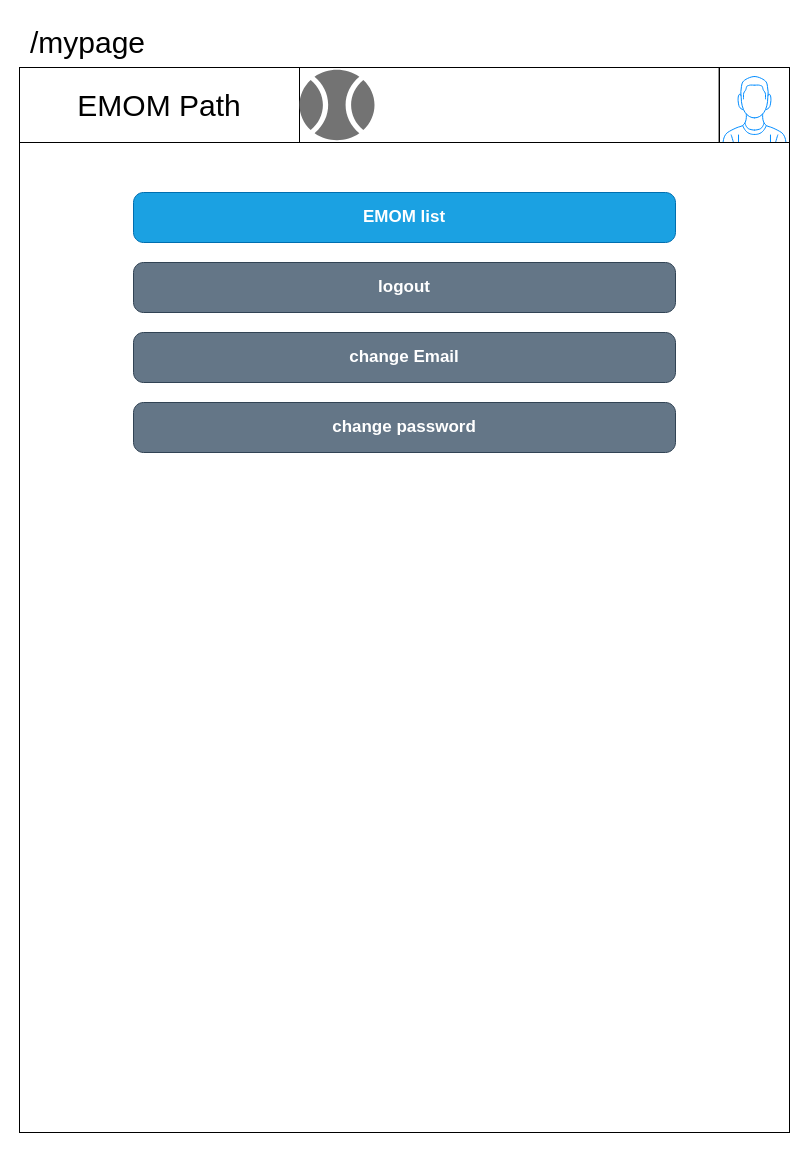
Above: page "/auth/mypage" (3 of 16) of blueprints/emompath_WF.dio in Shuheitkhs/emompath (draw.io), before the change. Source tidied: cells renumbered, new cells numbered last; positions are measured from the earlier drawing's top-left corner, leaving out a move shared by most shapes. Both pictures are drawn from the tidied source at 100%, with x=0, y=0 at pixel (17, 17).
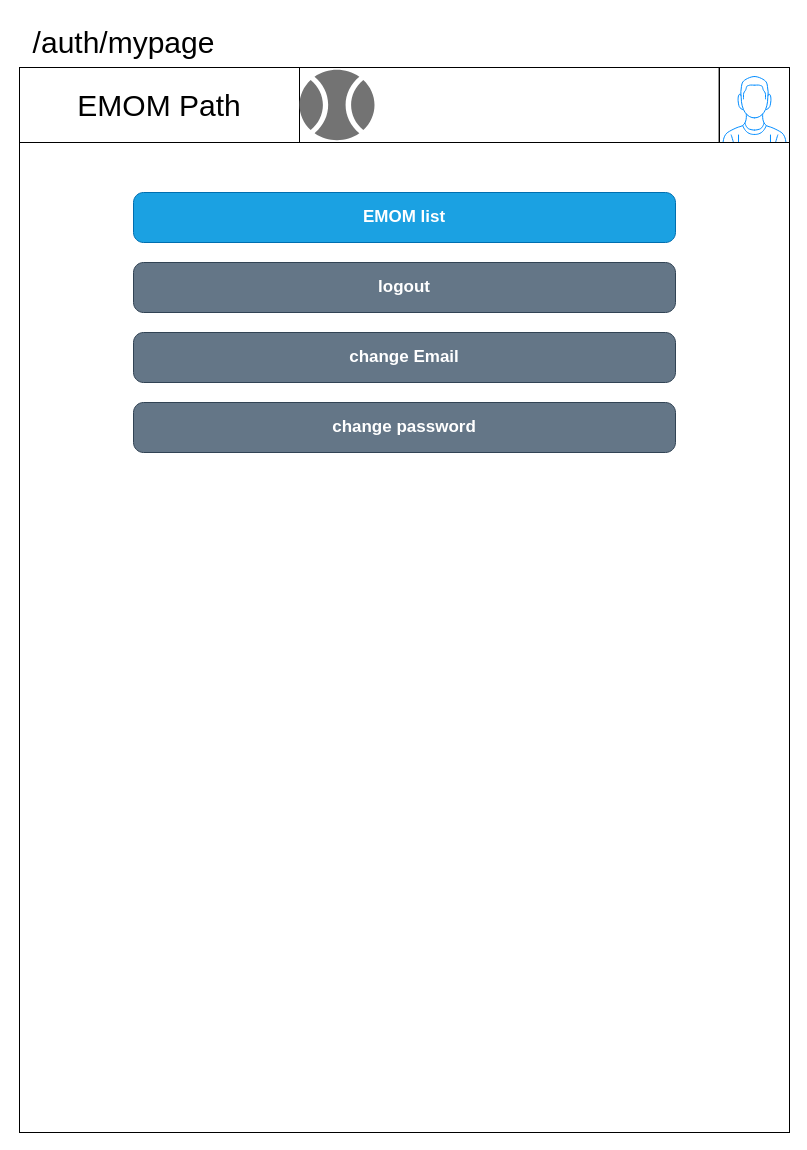
After the change.

Diff of the diagram source:
```diff
@@
 <mxGraphModel>
   <root>
     <mxCell id="0" />
     <mxCell id="1" parent="0" />
     <mxCell id="2" style="rhombus;whiteSpace=wrap;html=1;" parent="1" vertex="1">
       <mxGeometry x="352" y="515" width="80" height="80" as="geometry" />
     </mxCell>
-    <mxCell id="3" value="&lt;font style=&quot;font-size: 30px;&quot;&gt;/mypage&lt;/font&gt;" style="text;html=1;align=center;verticalAlign=middle;strokeColor=none;fillColor=none;" parent="1" vertex="1">
-      <mxGeometry width="140" height="50" as="geometry" />
+    <mxCell id="3" value="&lt;font style=&quot;font-size: 30px;&quot;&gt;/auth/mypage&lt;/font&gt;" style="text;html=1;align=center;verticalAlign=middle;strokeColor=none;fillColor=none;" parent="1" vertex="1">
+      <mxGeometry x="1" width="210" height="50" as="geometry" />
     </mxCell>
     <mxCell id="4" style="rounded=0;whiteSpace=wrap;html=1;fontSize=30;" parent="1" vertex="1">
       <mxGeometry x="2" y="50" width="770" height="1065" as="geometry" />
     </mxCell>
     <mxCell id="5" style="rounded=0;whiteSpace=wrap;html=1;fontSize=30;" parent="1" vertex="1">
       <mxGeometry x="2" y="50" width="770" height="75" as="geometry" />
     </mxCell>
     <mxCell id="6" value="EMOM Path" style="rounded=0;whiteSpace=wrap;html=1;fontSize=30;" parent="1" vertex="1">
       <mxGeometry x="2" y="50" width="280" height="75" as="geometry" />
     </mxCell>
     <mxCell id="7" style="dashed=0;verticalLabelPosition=bottom;verticalAlign=top;align=center;shape=mxgraph.gmdl.sports;strokeColor=none;fillColor=#737373;shadow=0;sketch=0;fontSize=30;" parent="1" vertex="1">
       <mxGeometry x="282" y="50" width="75" height="75" as="geometry" />
     </mxCell>
     <mxCell id="8" value="logout" style="strokeWidth=1;shadow=0;dashed=0;align=center;html=1;shape=mxgraph.mockup.buttons.button;strokeColor=#314354;fontColor=#ffffff;mainText=;buttonStyle=round;fontSize=17;fontStyle=1;fillColor=#647687;whiteSpace=wrap;" parent="1" vertex="1">
       <mxGeometry x="116" y="245" width="542" height="50" as="geometry" />
     </mxCell>
     <mxCell id="9" value="change Email" style="strokeWidth=1;shadow=0;dashed=0;align=center;html=1;shape=mxgraph.mockup.buttons.button;strokeColor=#314354;fontColor=#ffffff;mainText=;buttonStyle=round;fontSize=17;fontStyle=1;fillColor=#647687;whiteSpace=wrap;" parent="1" vertex="1">
       <mxGeometry x="116" y="315" width="542" height="50" as="geometry" />
     </mxCell>
     <mxCell id="10" value="change password" style="strokeWidth=1;shadow=0;dashed=0;align=center;html=1;shape=mxgraph.mockup.buttons.button;strokeColor=#314354;fontColor=#ffffff;mainText=;buttonStyle=round;fontSize=17;fontStyle=1;fillColor=#647687;whiteSpace=wrap;" parent="1" vertex="1">
       <mxGeometry x="116" y="385" width="542" height="50" as="geometry" />
     </mxCell>
     <mxCell id="11" value="delete account" style="strokeWidth=1;shadow=0;dashed=0;align=center;html=1;shape=mxgraph.mockup.buttons.button;strokeColor=none;fontColor=#ffffff;mainText=;buttonStyle=round;fontSize=17;fontStyle=5;fillColor=none;whiteSpace=wrap;" parent="1" vertex="1">
       <mxGeometry x="116" y="520" width="542" height="50" as="geometry" />
     </mxCell>
     <mxCell id="12" value="EMOM list" style="strokeWidth=1;shadow=0;dashed=0;align=center;html=1;shape=mxgraph.mockup.buttons.button;strokeColor=#006EAF;fontColor=#ffffff;mainText=;buttonStyle=round;fontSize=17;fontStyle=1;fillColor=#1ba1e2;whiteSpace=wrap;" parent="1" vertex="1">
       <mxGeometry x="116" y="175" width="542" height="50" as="geometry" />
     </mxCell>
     <mxCell id="13" style="verticalLabelPosition=bottom;shadow=0;dashed=0;align=center;html=1;verticalAlign=top;strokeWidth=1;shape=mxgraph.mockup.containers.userMale;strokeColor=default;strokeColor2=#008cff;fontSize=30;fillColor=default;" parent="1" vertex="1">
       <mxGeometry x="702" y="50" width="70" height="75" as="geometry" />
     </mxCell>
   </root>
 </mxGraphModel>
```
